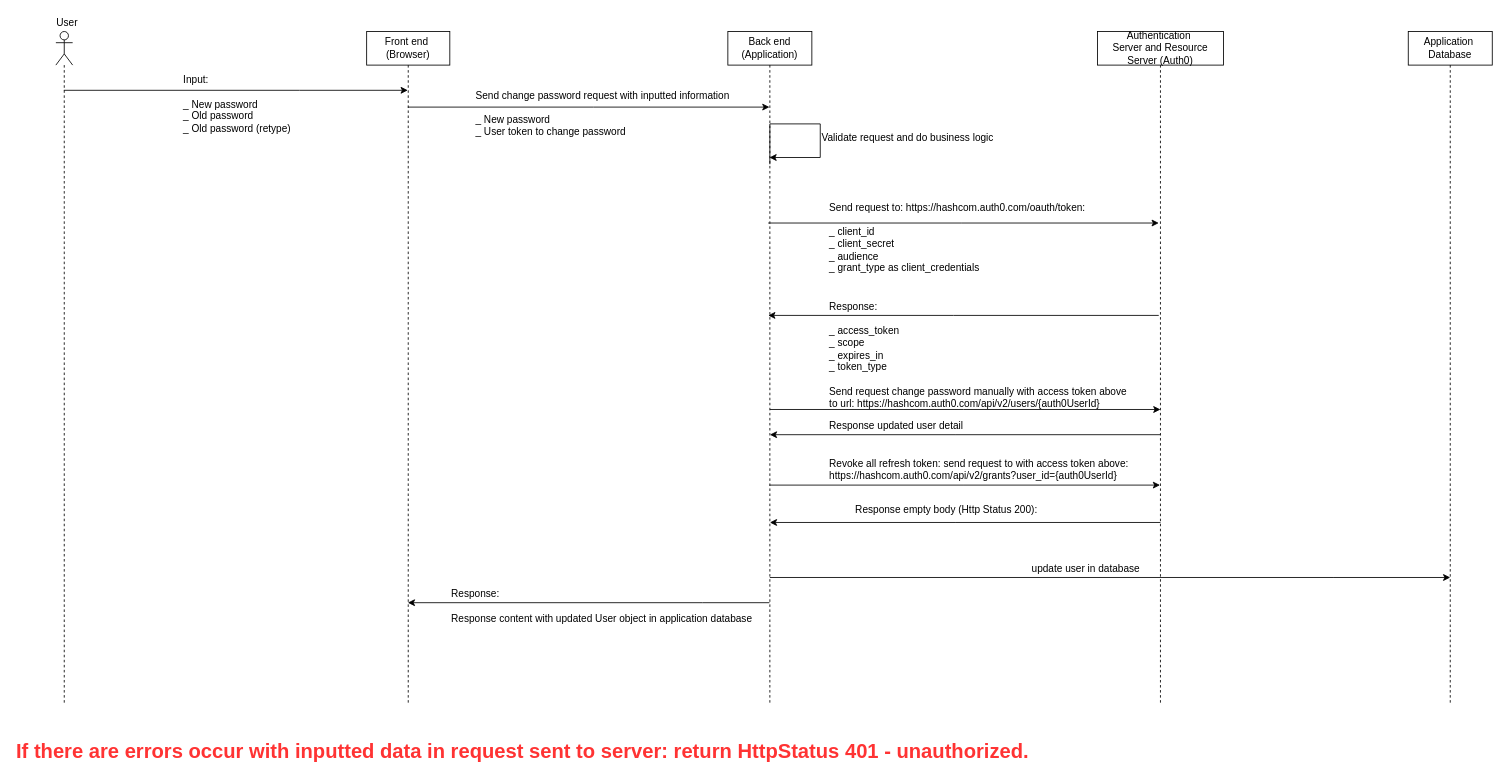
quocq6hcm/HeHeHe keeps this draw.io diagram as change-password.drawio. Above is the earlier version. Source tidied: cells renumbered, new cells numbered last; positions are measured from the earlier drawing's top-left corner, leaving out a move shared by most shapes. Both pictures are drawn from the tidied source at 84%, with x=0, y=0 at pixel (14, 14).
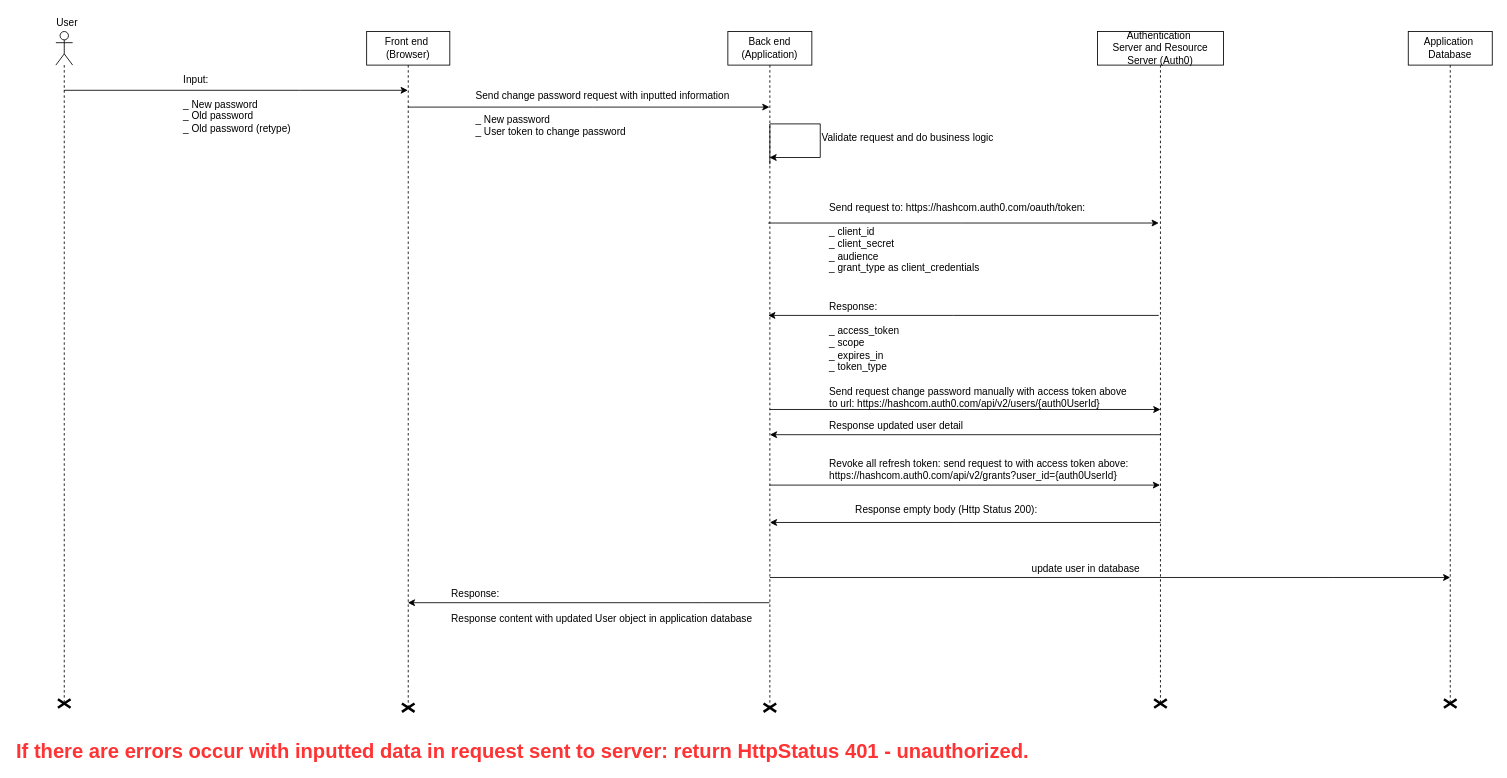
Above is the later version.

What changed in the source:
```diff
@@
     <mxCell id="3" value="Front end&amp;nbsp;&lt;br&gt;(Browser)&lt;br&gt;" style="shape=umlLifeline;perimeter=lifelinePerimeter;whiteSpace=wrap;html=1;outlineConnect=0;" parent="1" vertex="1">
-      <mxGeometry x="419" y="20" width="99" height="800" as="geometry" />
+      <mxGeometry x="419" y="20" width="99" height="805" as="geometry" />
     </mxCell>
+    <mxCell id="31" style="shape=umlDestroy;whiteSpace=wrap;html=1;strokeWidth=3;" parent="3" vertex="1">
+      <mxGeometry x="42" y="800" width="15" height="10" as="geometry" />
+    </mxCell>
@@
     <mxCell id="8" value="Back end&lt;br&gt;(Application)&lt;br&gt;" style="shape=umlLifeline;perimeter=lifelinePerimeter;whiteSpace=wrap;html=1;outlineConnect=0;" parent="1" vertex="1">
-      <mxGeometry x="849" y="20" width="100" height="800" as="geometry" />
+      <mxGeometry x="849" y="20" width="100" height="805" as="geometry" />
     </mxCell>
+    <mxCell id="32" style="shape=umlDestroy;whiteSpace=wrap;html=1;strokeWidth=3;" parent="8" vertex="1">
+      <mxGeometry x="42.5" y="800" width="15" height="10" as="geometry" />
+    </mxCell>
@@
+    <mxCell id="33" style="shape=umlDestroy;whiteSpace=wrap;html=1;strokeWidth=3;" parent="1" vertex="1">
+      <mxGeometry x="1356.5" y="815" width="15" height="10" as="geometry" />
+    </mxCell>
+    <mxCell id="34" style="shape=umlDestroy;whiteSpace=wrap;html=1;strokeWidth=3;" parent="1" vertex="1">
+      <mxGeometry x="51.5" y="815" width="15" height="10" as="geometry" />
+    </mxCell>
+    <mxCell id="35" style="shape=umlDestroy;whiteSpace=wrap;html=1;strokeWidth=3;" parent="1" vertex="1">
+      <mxGeometry x="1701.5" y="815" width="15" height="10" as="geometry" />
+    </mxCell>
```
